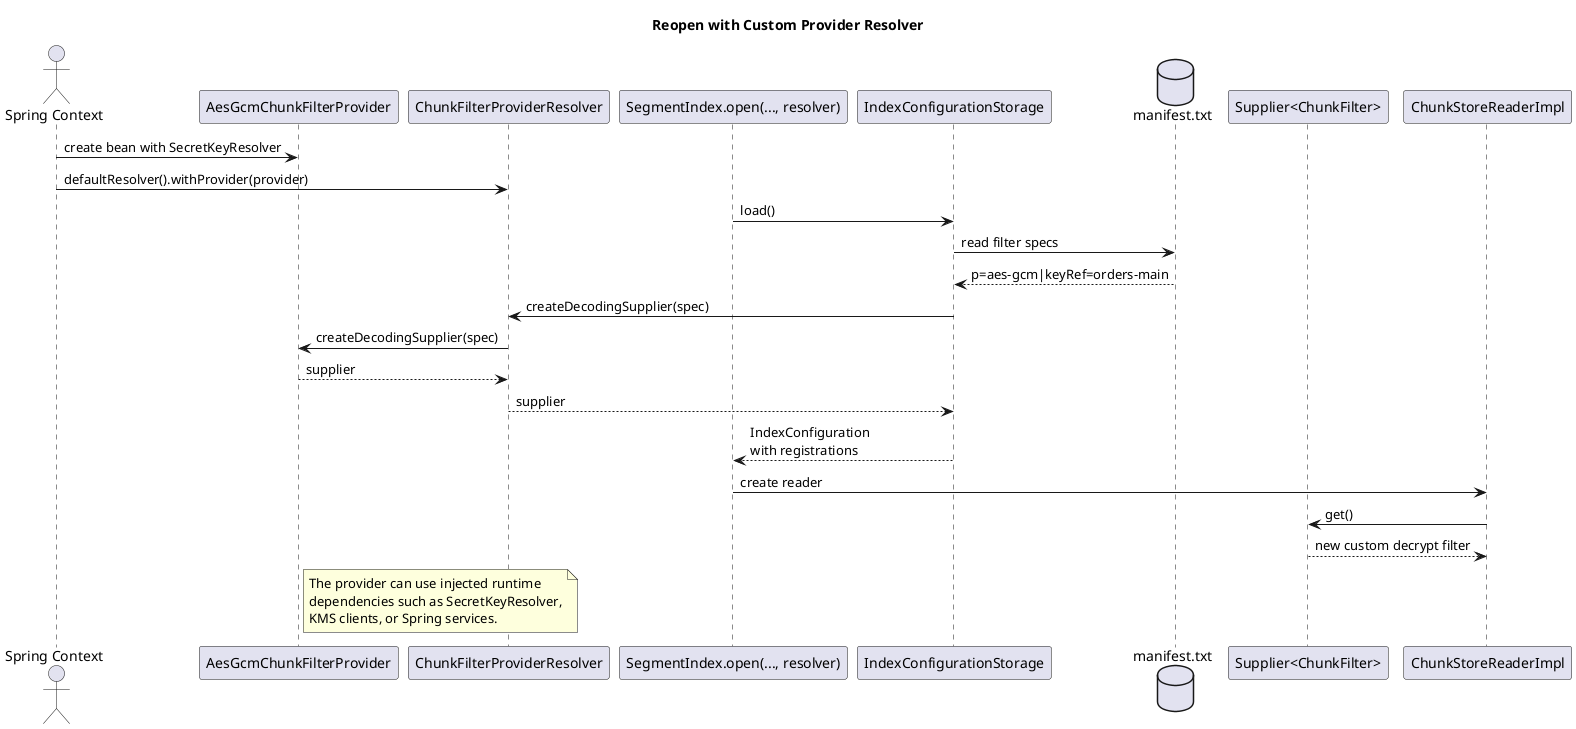
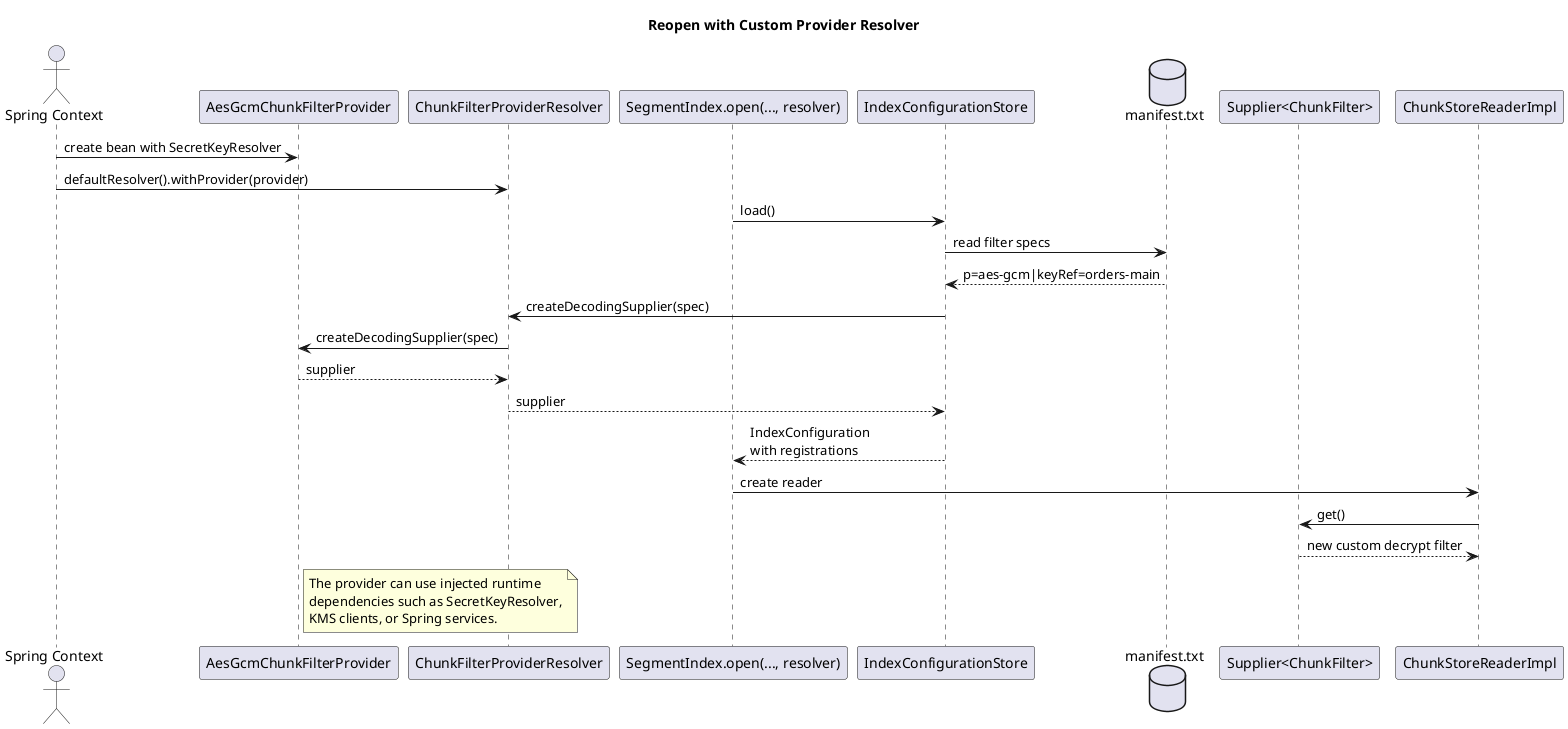
@startuml
title Reopen with Custom Provider Resolver
skinparam backgroundColor transparent
skinparam shadowing false

actor "Spring Context" as Spring
participant "AesGcmChunkFilterProvider" as Provider
participant "ChunkFilterProviderResolver" as Resolver
participant "SegmentIndex.open(..., resolver)" as Open
- participant "IndexConfigurationStorage" as Storage
+ participant "IndexConfigurationStore" as Storage
database "manifest.txt" as Manifest
participant "Supplier<ChunkFilter>" as Supplier
participant "ChunkStoreReaderImpl" as Reader

Spring -> Provider : create bean with SecretKeyResolver
Spring -> Resolver : defaultResolver().withProvider(provider)

Open -> Storage : load()
Storage -> Manifest : read filter specs
Manifest --> Storage : p=aes-gcm|keyRef=orders-main
Storage -> Resolver : createDecodingSupplier(spec)
Resolver -> Provider : createDecodingSupplier(spec)
Provider --> Resolver : supplier
Resolver --> Storage : supplier
Storage --> Open : IndexConfiguration\nwith registrations

Open -> Reader : create reader
Reader -> Supplier : get()
Supplier --> Reader : new custom decrypt filter

note right of Provider
The provider can use injected runtime
dependencies such as SecretKeyResolver,
KMS clients, or Spring services.
end note
@enduml
